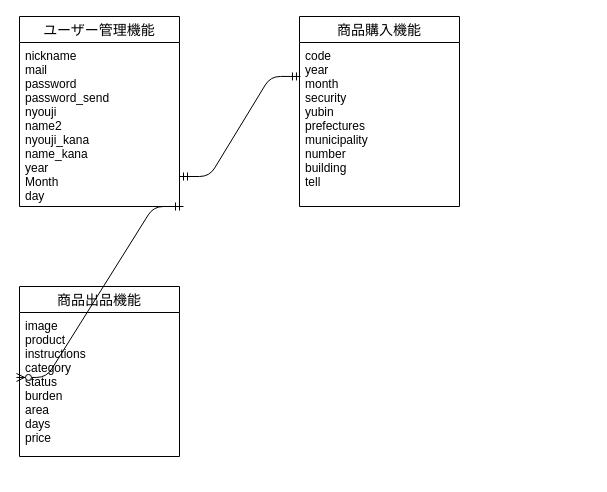
Above: test.dio in USSI6360/furima-30659 (draw.io), before the change. Source tidied: cells renumbered, new cells numbered last; positions are measured from the earlier drawing's top-left corner, leaving out a move shared by most shapes. Both pictures are drawn from the tidied source at 100%, with x=0, y=0 at pixel (19, 16).
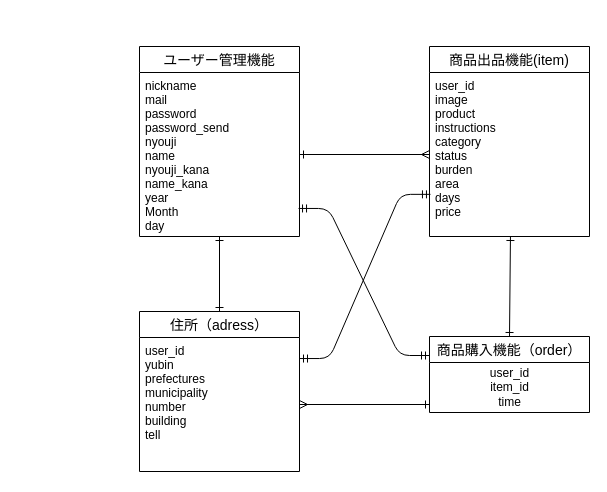
The same page after the edit.

Change to the diagram source:
```diff
@@
 <mxGraphModel>
   <root>
     <mxCell id="0" />
     <mxCell id="1" parent="0" />
+    <mxCell id="4" value="商品購入機能（order）" style="swimlane;fontStyle=0;horizontal=1;startSize=26;align=center;fontSize=14;" parent="1" vertex="1">
+      <mxGeometry x="410" y="320" width="160" height="76" as="geometry" />
+    </mxCell>
+    <mxCell id="10" value="user_id&lt;br&gt;item_id&lt;br&gt;time" style="text;html=1;align=center;verticalAlign=middle;" parent="4" vertex="1">
+      <mxGeometry y="26" width="160" height="50" as="geometry" />
+    </mxCell>
+    <mxCell id="6" value="商品出品機能(item)" style="swimlane;fontStyle=0;horizontal=1;startSize=26;align=center;fontSize=14;" parent="1" vertex="1">
+      <mxGeometry x="410" y="30" width="160" height="190" as="geometry" />
+    </mxCell>
+    <mxCell id="7" value="user_id&#10;image&#10;product&#10;instructions&#10;category&#10;status&#10;burden&#10;area&#10;days&#10;price" style="text;strokeColor=none;fillColor=none;spacingLeft=4;spacingRight=4;overflow=hidden;points=[[0,0.5],[1,0.5]];portConstraint=eastwest;fontSize=12;" parent="6" vertex="1">
+      <mxGeometry y="26" width="160" height="164" as="geometry" />
+    </mxCell>
+    <mxCell id="9" style="endArrow=ERmany;html=1;rounded=0;exitX=1;exitY=0.5;exitDx=0;exitDy=0;startArrow=ERone;startFill=0;endFill=0;entryX=0;entryY=0.5;entryDx=0;entryDy=0;" parent="1" edge="1" source="3" target="7">
+      <mxGeometry relative="1" as="geometry" />
+    </mxCell>
+    <mxCell id="11" style="endArrow=ERone;html=1;rounded=0;exitX=0.506;exitY=1;exitDx=0;exitDy=0;exitPerimeter=0;entryX=0.5;entryY=0;entryDx=0;entryDy=0;startArrow=ERone;startFill=0;endFill=0;" parent="1" edge="1" source="7" target="4">
+      <mxGeometry relative="1" as="geometry" />
+    </mxCell>
     <mxCell id="2" value="ユーザー管理機能" style="swimlane;fontStyle=0;horizontal=1;startSize=26;align=center;fontSize=14;" parent="1" vertex="1">
-      <mxGeometry width="160" height="190" as="geometry" />
+      <mxGeometry x="120" y="30" width="160" height="190" as="geometry" />
     </mxCell>
-    <mxCell id="3" value="nickname&#10;mail&#10;password&#10;password_send&#10;nyouji&#10;name2&#10;nyouji_kana&#10;name_kana&#10;year&#10;Month&#10;day&#10;&#10;&#10;" style="text;strokeColor=none;fillColor=none;spacingLeft=4;spacingRight=4;overflow=hidden;points=[[0,0.5],[1,0.5]];portConstraint=eastwest;fontSize=12;" parent="2" vertex="1">
+    <mxCell id="3" value="nickname&#10;mail&#10;password&#10;password_send&#10;nyouji&#10;name&#10;nyouji_kana&#10;name_kana&#10;year&#10;Month&#10;day&#10;&#10;&#10;" style="text;strokeColor=none;fillColor=none;spacingLeft=4;spacingRight=4;overflow=hidden;points=[[0,0.5],[1,0.5]];portConstraint=eastwest;fontSize=12;" parent="2" vertex="1">
       <mxGeometry y="26" width="160" height="164" as="geometry" />
     </mxCell>
-    <mxCell id="4" value="商品購入機能" style="swimlane;fontStyle=0;horizontal=1;startSize=26;align=center;fontSize=14;" parent="1" vertex="1">
-      <mxGeometry x="280" width="160" height="190" as="geometry" />
-    </mxCell>
-    <mxCell id="5" value="code&#10;year&#10;month&#10;security&#10;yubin&#10;prefectures&#10;municipality&#10;number&#10;building&#10;tell&#10;" style="text;strokeColor=none;fillColor=none;spacingLeft=4;spacingRight=4;overflow=hidden;points=[[0,0.5],[1,0.5]];portConstraint=eastwest;fontSize=12;" parent="4" vertex="1">
-      <mxGeometry y="26" width="160" height="164" as="geometry" />
-    </mxCell>
-    <mxCell id="6" value="商品出品機能" style="swimlane;fontStyle=0;horizontal=1;startSize=26;align=center;fontSize=14;" parent="1" vertex="1">
-      <mxGeometry y="270" width="160" height="170" as="geometry" />
-    </mxCell>
-    <mxCell id="7" value="image&#10;product&#10;instructions&#10;category&#10;status&#10;burden&#10;area&#10;days&#10;price" style="text;strokeColor=none;fillColor=none;spacingLeft=4;spacingRight=4;overflow=hidden;points=[[0,0.5],[1,0.5]];portConstraint=eastwest;fontSize=12;" parent="6" vertex="1">
-      <mxGeometry y="26" width="160" height="144" as="geometry" />
-    </mxCell>
-    <mxCell id="8" style="edgeStyle=entityRelationEdgeStyle;fontSize=12;html=1;endArrow=ERmandOne;startArrow=ERmandOne;entryX=0.006;entryY=0.207;entryDx=0;entryDy=0;entryPerimeter=0;" parent="1" edge="1" target="5">
-      <mxGeometry relative="1" as="geometry">
-        <mxPoint x="160" y="160" as="sourcePoint" />
-      </mxGeometry>
-    </mxCell>
-    <mxCell id="9" style="edgeStyle=entityRelationEdgeStyle;fontSize=12;html=1;endArrow=ERzeroToMany;startArrow=ERmandOne;exitX=1.025;exitY=1;exitDx=0;exitDy=0;exitPerimeter=0;entryX=-0.019;entryY=0.451;entryDx=0;entryDy=0;entryPerimeter=0;" parent="1" edge="1" source="3" target="7">
-      <mxGeometry relative="1" as="geometry" />
-    </mxCell>
+    <mxCell id="12" value="住所（adress）" style="swimlane;fontStyle=0;horizontal=1;startSize=26;align=center;fontSize=14;" parent="1" vertex="1">
+      <mxGeometry x="120" y="295" width="160" height="160" as="geometry" />
+    </mxCell>
+    <mxCell id="13" value="user_id&#10;yubin&#10;prefectures&#10;municipality&#10;number&#10;building&#10;tell&#10;" style="text;strokeColor=none;fillColor=none;spacingLeft=4;spacingRight=4;overflow=hidden;points=[[0,0.5],[1,0.5]];portConstraint=eastwest;fontSize=12;" parent="12" vertex="1">
+      <mxGeometry y="26" width="160" height="134" as="geometry" />
+    </mxCell>
+    <mxCell id="14" style="endArrow=ERone;html=1;rounded=0;exitX=0.5;exitY=0;exitDx=0;exitDy=0;startArrow=ERone;startFill=0;endFill=0;" parent="1" edge="1" source="12" target="3">
+      <mxGeometry relative="1" as="geometry" />
+    </mxCell>
+    <mxCell id="15" style="endArrow=ERone;html=1;rounded=0;exitX=1;exitY=0.5;exitDx=0;exitDy=0;startArrow=ERmany;startFill=0;endFill=0;" parent="1" edge="1" source="13">
+      <mxGeometry relative="1" as="geometry">
+        <mxPoint x="410" y="388" as="targetPoint" />
+      </mxGeometry>
+    </mxCell>
+    <mxCell id="16" style="edgeStyle=entityRelationEdgeStyle;fontSize=12;html=1;endArrow=ERmandOne;startArrow=ERmandOne;exitX=1;exitY=0.157;exitDx=0;exitDy=0;exitPerimeter=0;entryX=0.006;entryY=0.743;entryDx=0;entryDy=0;entryPerimeter=0;" parent="1" edge="1" source="13" target="7">
+      <mxGeometry relative="1" as="geometry" />
+    </mxCell>
+    <mxCell id="17" style="edgeStyle=entityRelationEdgeStyle;fontSize=12;html=1;endArrow=ERmandOne;startArrow=ERmandOne;entryX=0;entryY=0.25;entryDx=0;entryDy=0;exitX=0.994;exitY=0.829;exitDx=0;exitDy=0;exitPerimeter=0;" parent="1" edge="1" source="3" target="4">
+      <mxGeometry relative="1" as="geometry" />
+    </mxCell>
   </root>
 </mxGraphModel>
```
